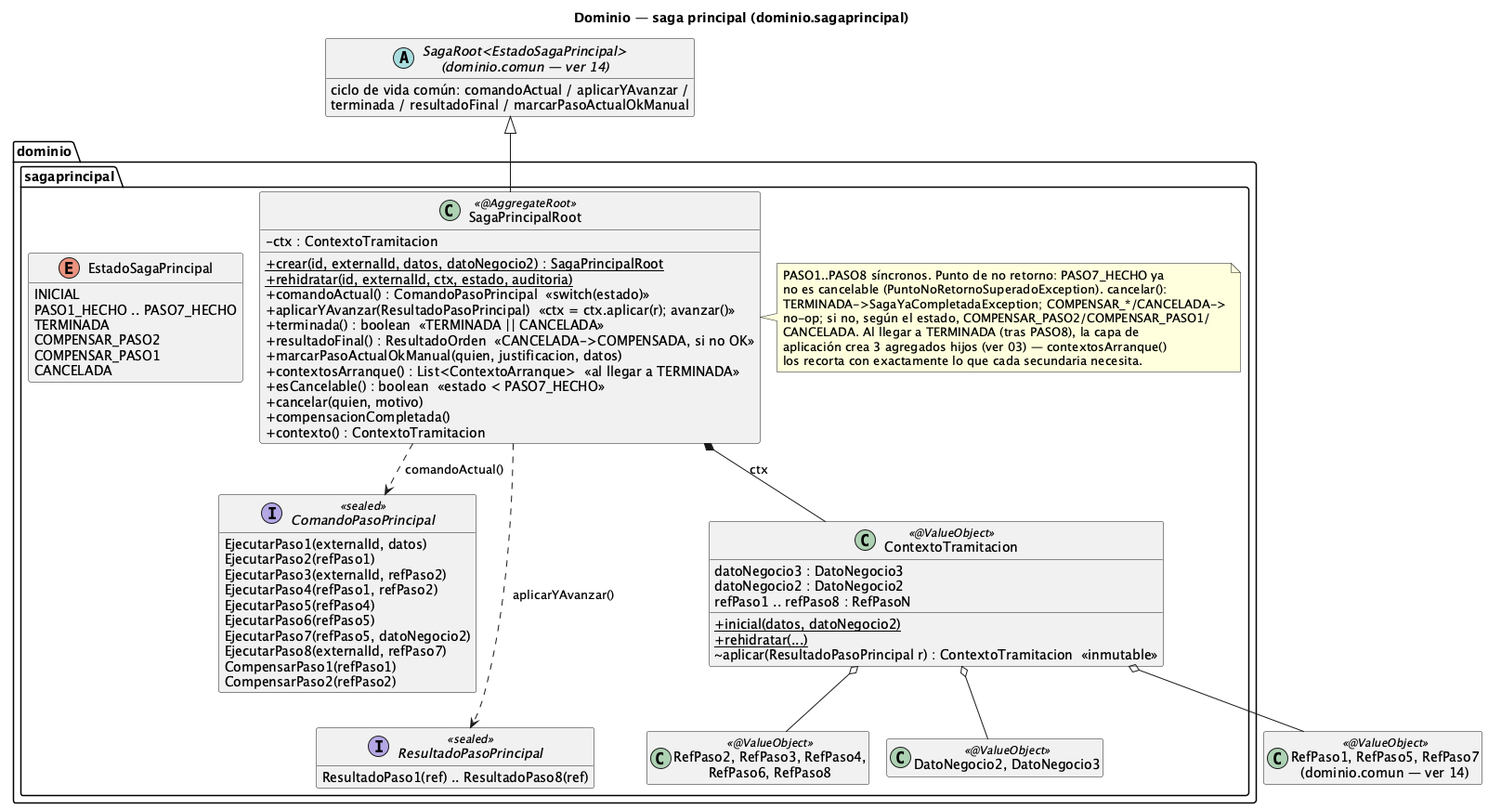
Before: order-manager/docs/15-clases-dominio-saga-principal.png, a diagram exported from PlantUML (ralcazar/patrones).
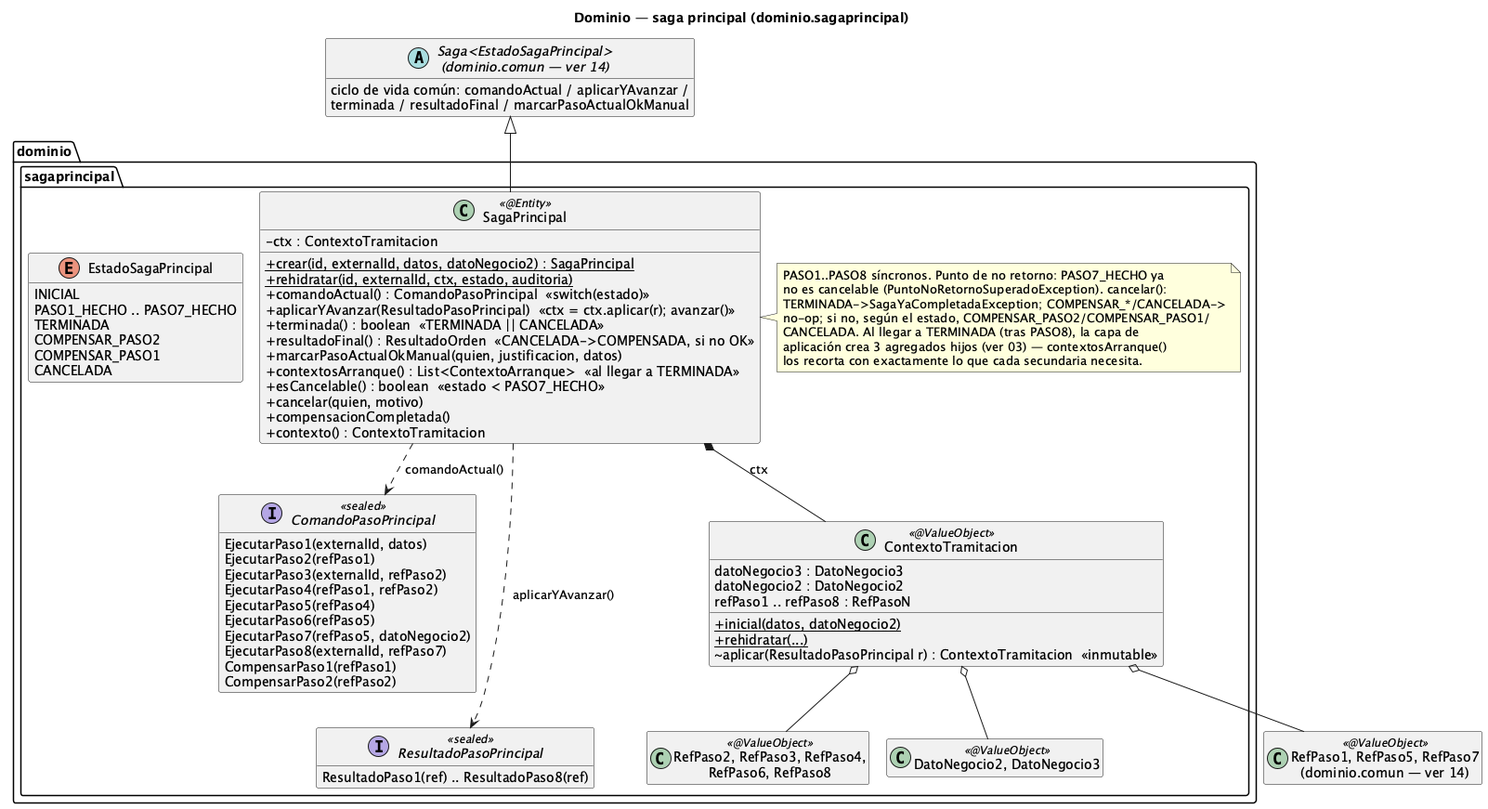
After the commit.

The edit, as a diff of the source:
```diff
@@ -4,15 +4,15 @@
 hide empty members
 skinparam classAttributeIconSize 0
 
-abstract class "SagaRoot<EstadoSagaPrincipal>\n(dominio.comun — ver 14)" as SagaRoot {
+abstract class "Saga<EstadoSagaPrincipal>\n(dominio.comun — ver 14)" as Saga {
   ciclo de vida común: comandoActual / aplicarYAvanzar /
   terminada / resultadoFinal / marcarPasoActualOkManual
 }
 
 package "dominio.sagaprincipal" {
-  class SagaPrincipalRoot <<@AggregateRoot>> {
+  class SagaPrincipal <<@Entity>> {
     -ctx : ContextoTramitacion
-    +{static} crear(id, externalId, datos, datoNegocio2) : SagaPrincipalRoot
+    +{static} crear(id, externalId, datos, datoNegocio2) : SagaPrincipal
     +{static} rehidratar(id, externalId, ctx, estado, auditoria)
     +comandoActual() : ComandoPasoPrincipal  «switch(estado)»
     +aplicarYAvanzar(ResultadoPasoPrincipal)  «ctx = ctx.aplicar(r); avanzar()»
@@ -25,7 +25,7 @@
     +compensacionCompletada()
     +contexto() : ContextoTramitacion
   }
-  note right of SagaPrincipalRoot
+  note right of SagaPrincipal
     PASO1..PASO8 síncronos. Punto de no retorno: PASO7_HECHO ya
     no es cancelable (PuntoNoRetornoSuperadoException). cancelar():
     TERMINADA->SagaYaCompletadaException; COMPENSAR_*/CANCELADA->
@@ -73,10 +73,10 @@
 
 class "RefPaso1, RefPaso5, RefPaso7\n(dominio.comun — ver 14)" as RefsComunes <<@ValueObject>>
 
-SagaRoot <|-down- SagaPrincipalRoot
-SagaPrincipalRoot *-- ContextoTramitacion : ctx
-SagaPrincipalRoot ..> ComandoPasoPrincipal : comandoActual()
-SagaPrincipalRoot ..> ResultadoPasoPrincipal : aplicarYAvanzar()
+Saga <|-down- SagaPrincipal
+SagaPrincipal *-- ContextoTramitacion : ctx
+SagaPrincipal ..> ComandoPasoPrincipal : comandoActual()
+SagaPrincipal ..> ResultadoPasoPrincipal : aplicarYAvanzar()
 ContextoTramitacion o-- RefsPropias
 ContextoTramitacion o-- RefsComunes
 ContextoTramitacion o-- Datos
```
